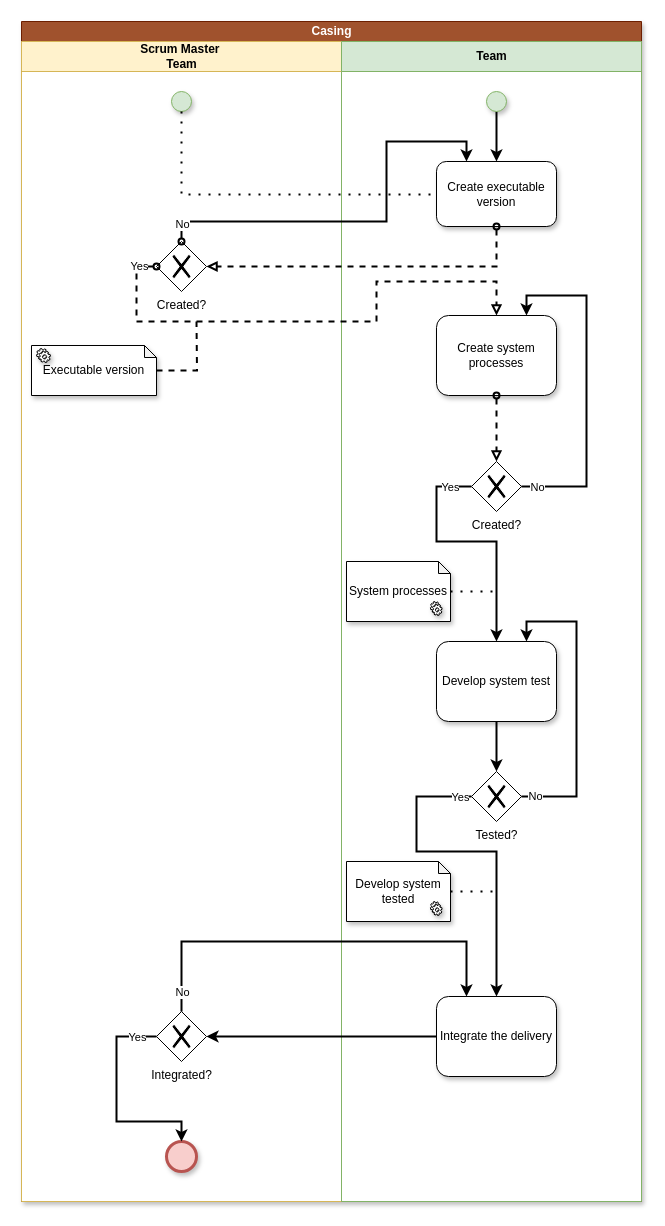
JavierCabreraDev/Metodologia_Practica keeps this draw.io diagram as page "Casing" (7 of 10) of BPMN_Pre-game.drawio. Above is the earlier version. Source tidied: cells renumbered, new cells numbered last; positions are measured from the earlier drawing's top-left corner, leaving out a move shared by most shapes. Both pictures are drawn from the tidied source at 100%, with x=0, y=0 at pixel (21, 21).
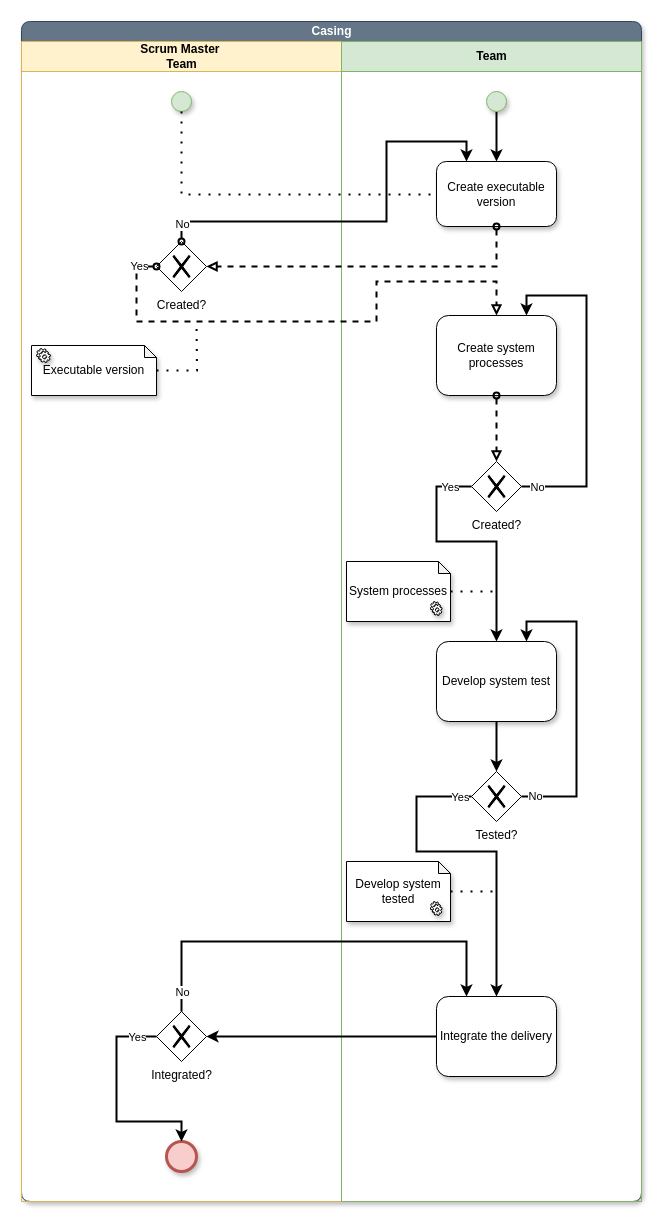
The same diagram, later.

The change refers to these unchanged cells:
```xml
<mxCell id="6" value="Executable version" style="shape=note;whiteSpace=wrap;html=1;backgroundOutline=1;darkOpacity=0.05;rounded=0;shadow=1;glass=0;gradientColor=none;size=12;" parent="3" vertex="1">
  <mxGeometry x="10" y="304" width="125" height="50" as="geometry" />
</mxCell>
```

The edit, as a diff of the source:
```diff
@@
-    <mxCell id="2" value="Casing" style="swimlane;html=1;startSize=20;shadow=1;glass=0;swimlaneFillColor=#ffffff;fillColor=#a0522d;strokeColor=#6D1F00;fontColor=#ffffff;" parent="1" vertex="1">
+    <mxCell id="2" value="Casing" style="swimlane;html=1;startSize=20;shadow=1;glass=0;swimlaneFillColor=#ffffff;fillColor=#647687;strokeColor=#314354;fontColor=#ffffff;rounded=1;" parent="1" vertex="1">
       <mxGeometry width="620" height="1180" as="geometry" />
     </mxCell>
-    <mxCell id="3" value="Scrum Master&amp;nbsp;&lt;br&gt;Team" style="swimlane;html=1;startSize=30;fillColor=#fff2cc;strokeColor=#d6b656;" parent="2" vertex="1">
+    <mxCell id="3" value="Scrum Master&amp;nbsp;&lt;br&gt;Team" style="swimlane;html=1;startSize=30;fillColor=#fff2cc;strokeColor=#d6b656;shadow=0;" parent="2" vertex="1">
       <mxGeometry y="20" width="320" height="1160" as="geometry" />
     </mxCell>
@@
-    <mxCell id="9" value="Team" style="swimlane;html=1;startSize=30;fillColor=#d5e8d4;strokeColor=#82b366;" parent="2" vertex="1">
+    <mxCell id="9" value="Team" style="swimlane;html=1;startSize=30;fillColor=#d5e8d4;strokeColor=#82b366;rounded=0;shadow=0;" parent="2" vertex="1">
       <mxGeometry x="320" y="20" width="300" height="1160" as="geometry" />
     </mxCell>
@@
-    <mxCell id="22" style="edgeStyle=orthogonalEdgeStyle;rounded=0;jettySize=auto;html=1;dashed=1;startArrow=none;startFill=0;endArrow=none;endFill=0;strokeWidth=2;" parent="1" edge="1" source="6">
+    <mxCell id="22" style="edgeStyle=orthogonalEdgeStyle;rounded=0;jettySize=auto;html=1;dashed=1;startArrow=none;startFill=0;endArrow=none;endFill=0;strokeWidth=2;dashPattern=1 4;" parent="1" edge="1" source="6">
       <mxGeometry relative="1" as="geometry">
         <mxPoint x="175" y="300" as="targetPoint" />
       </mxGeometry>
     </mxCell>
```
